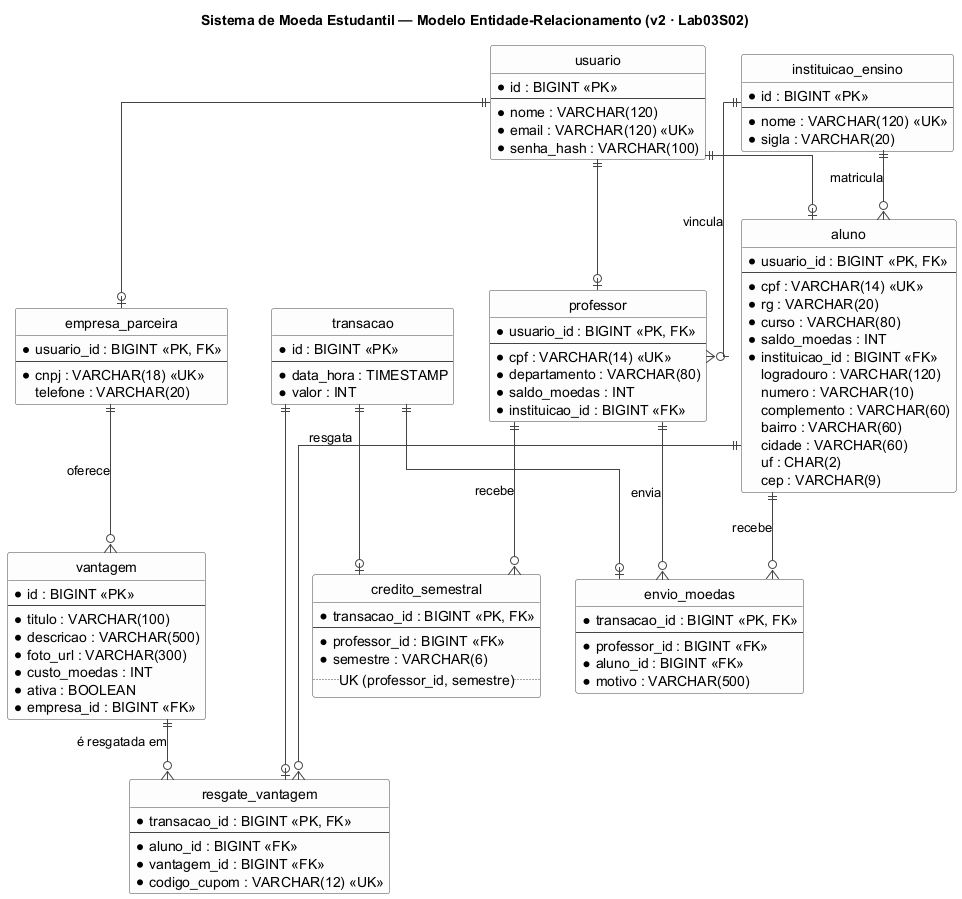
Earlier version of the PlantUML export docs/diagramas/modelo-er.png (viniciusoramos/Sistema-de-Moeda-Estudantil). The source it was exported from:
```plantuml
@startuml modelo-er

title Sistema de Moeda Estudantil — Modelo Entidade-Relacionamento (v2 · Lab03S02)

skinparam shadowing false
skinparam linetype ortho
skinparam class {
  BackgroundColor #FDFDFD
  BorderColor #444444
  ArrowColor #444444
}
hide circle
hide empty members

entity "usuario" as usuario {
  * id : BIGINT <<PK>>
  --
  * nome : VARCHAR(120)
  * email : VARCHAR(120) <<UK>>
  * senha_hash : VARCHAR(100)
}

entity "instituicao_ensino" as instituicao {
  * id : BIGINT <<PK>>
  --
  * nome : VARCHAR(120) <<UK>>
  * sigla : VARCHAR(20)
}

entity "aluno" as aluno {
  * usuario_id : BIGINT <<PK, FK>>
  --
  * cpf : VARCHAR(14) <<UK>>
  * rg : VARCHAR(20)
  * curso : VARCHAR(80)
  * saldo_moedas : INT
  * instituicao_id : BIGINT <<FK>>
  logradouro : VARCHAR(120)
  numero : VARCHAR(10)
  complemento : VARCHAR(60)
  bairro : VARCHAR(60)
  cidade : VARCHAR(60)
  uf : CHAR(2)
  cep : VARCHAR(9)
}

entity "professor" as professor {
  * usuario_id : BIGINT <<PK, FK>>
  --
  * cpf : VARCHAR(14) <<UK>>
  * departamento : VARCHAR(80)
  * saldo_moedas : INT
  * instituicao_id : BIGINT <<FK>>
}

entity "empresa_parceira" as empresa {
  * usuario_id : BIGINT <<PK, FK>>
  --
  * cnpj : VARCHAR(18) <<UK>>
  telefone : VARCHAR(20)
}

entity "vantagem" as vantagem {
  * id : BIGINT <<PK>>
  --
  * titulo : VARCHAR(100)
  * descricao : VARCHAR(500)
  * foto_url : VARCHAR(300)
  * custo_moedas : INT
  * ativa : BOOLEAN
  * empresa_id : BIGINT <<FK>>
}

entity "transacao" as transacao {
  * id : BIGINT <<PK>>
  --
  * data_hora : TIMESTAMP
  * valor : INT
}

entity "envio_moedas" as envio {
  * transacao_id : BIGINT <<PK, FK>>
  --
  * professor_id : BIGINT <<FK>>
  * aluno_id : BIGINT <<FK>>
  * motivo : VARCHAR(500)
}

entity "resgate_vantagem" as resgate {
  * transacao_id : BIGINT <<PK, FK>>
  --
  * aluno_id : BIGINT <<FK>>
  * vantagem_id : BIGINT <<FK>>
  * codigo_cupom : VARCHAR(12) <<UK>>
}

entity "credito_semestral" as credito {
  * transacao_id : BIGINT <<PK, FK>>
  --
  * professor_id : BIGINT <<FK>>
  * semestre : VARCHAR(6)
  .. UK (professor_id, semestre) ..
}

usuario ||--o| aluno
usuario ||--o| professor
usuario ||--o| empresa

instituicao ||--o{ aluno : "matricula"
instituicao ||--o{ professor : "vincula"
empresa ||--o{ vantagem : "oferece"

transacao ||--o| envio
transacao ||--o| resgate
transacao ||--o| credito

professor ||--o{ envio : "envia"
aluno ||--o{ envio : "recebe"
aluno ||--o{ resgate : "resgata"
vantagem ||--o{ resgate : "é resgatada em"
professor ||--o{ credito : "recebe"

@enduml
```
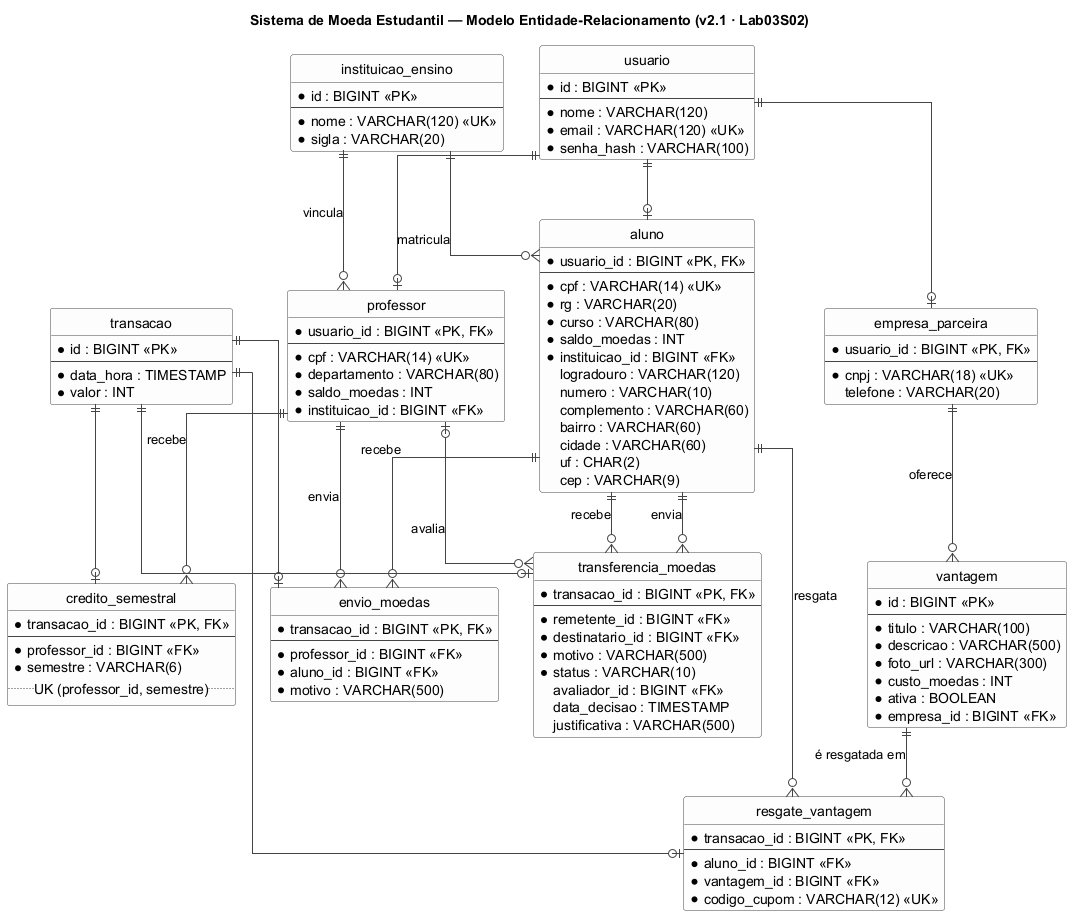
After the commit.

Diff of the diagram source:
```diff
@@ -1,6 +1,6 @@
 @startuml modelo-er
 
-title Sistema de Moeda Estudantil — Modelo Entidade-Relacionamento (v2 · Lab03S02)
+title Sistema de Moeda Estudantil — Modelo Entidade-Relacionamento (v2.1 · Lab03S02)
 
 skinparam shadowing false
 skinparam linetype ortho
@@ -102,6 +102,23 @@
   .. UK (professor_id, semestre) ..
 }
 
+entity "transferencia_moedas" as transferencia {
+  * transacao_id : BIGINT <<PK, FK>>
+  --
+  * remetente_id : BIGINT <<FK>>
+  * destinatario_id : BIGINT <<FK>>
+  * motivo : VARCHAR(500)
+  * status : VARCHAR(10)
+  avaliador_id : BIGINT <<FK>>
+  data_decisao : TIMESTAMP
+  justificativa : VARCHAR(500)
+}
+
+transacao ||--o| transferencia
+aluno ||--o{ transferencia : "envia"
+aluno ||--o{ transferencia : "recebe"
+professor |o--o{ transferencia : "avalia"
+
 usuario ||--o| aluno
 usuario ||--o| professor
 usuario ||--o| empresa
```
